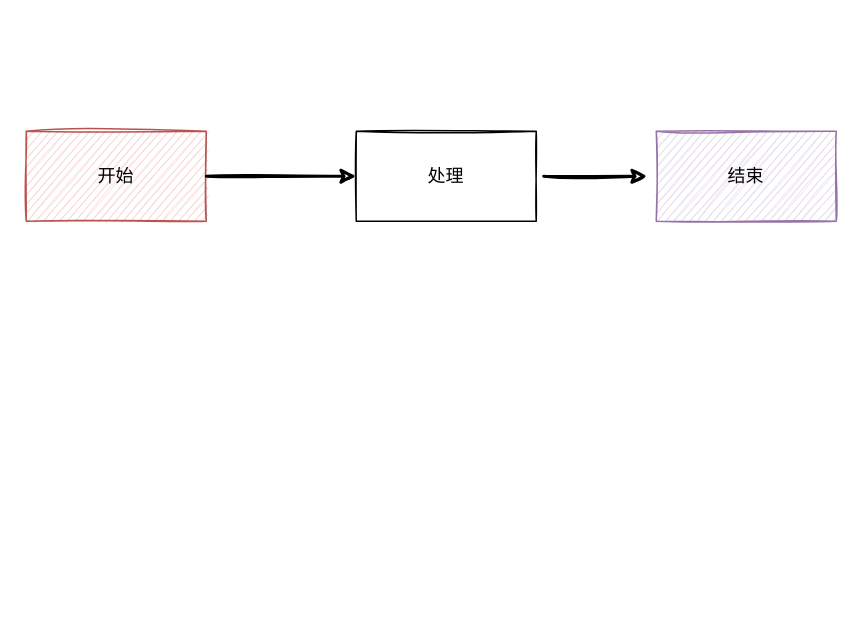
Before: docs/images/Untitled Diagram.drawio in chenjunlong/smart-im, a draw.io diagram. Source tidied: cells renumbered, new cells numbered last; positions are measured from the earlier drawing's top-left corner, leaving out a move shared by most shapes. Both pictures are drawn from the tidied source at 150%, with x=0, y=0 at pixel (26, 130).
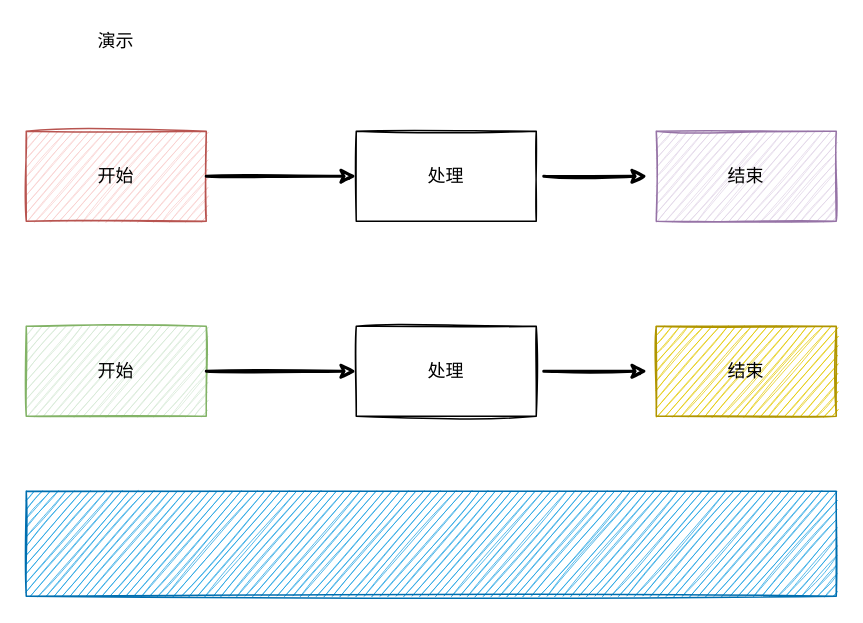
Above is the later version.

The edit, as a diff of the source:
```diff
@@
 <mxGraphModel>
   <root>
     <mxCell id="0" />
     <mxCell id="1" parent="0" />
-    <mxCell id="2" value="开始" style="rounded=0;whiteSpace=wrap;html=1;shadow=0;sketch=1;fillColor=#f8cecc;strokeColor=#b85450;" parent="1" vertex="1">
+    <mxCell id="2" value="开始" style="rounded=0;whiteSpace=wrap;html=1;shadow=0;sketch=1;fillColor=#f8cecc;strokeColor=#b85450;glass=0;fontFamily=Helvetica;labelBorderColor=none;" parent="1" vertex="1">
       <mxGeometry width="120" height="60" as="geometry" />
     </mxCell>
     <mxCell id="3" style="edgeStyle=orthogonalEdgeStyle;rounded=0;jettySize=auto;html=1;sketch=1;jumpSize=12;jumpStyle=none;targetPerimeterSpacing=5;sourcePerimeterSpacing=5;strokeWidth=2;" parent="1" edge="1" source="4" target="6">
       <mxGeometry relative="1" as="geometry" />
     </mxCell>
     <mxCell id="4" value="处理" style="rounded=0;whiteSpace=wrap;html=1;shadow=0;sketch=1;" parent="1" vertex="1">
       <mxGeometry x="220" width="120" height="60" as="geometry" />
     </mxCell>
     <mxCell id="5" style="endArrow=classic;html=1;sketch=1;strokeWidth=2;" parent="1" edge="1" source="2" target="4">
       <mxGeometry relative="1" as="geometry" />
     </mxCell>
     <mxCell id="6" value="结束" style="rounded=0;whiteSpace=wrap;html=1;fillColor=#e1d5e7;strokeColor=#9673a6;glass=0;shadow=0;sketch=1;strokeWidth=1;perimeterSpacing=1;" parent="1" vertex="1">
       <mxGeometry x="420" width="120" height="60" as="geometry" />
     </mxCell>
+    <mxCell id="7" value="开始" style="rounded=0;whiteSpace=wrap;html=1;shadow=0;sketch=1;fillColor=#d5e8d4;strokeColor=#82b366;" parent="1" vertex="1">
+      <mxGeometry y="130" width="120" height="60" as="geometry" />
+    </mxCell>
+    <mxCell id="8" style="edgeStyle=orthogonalEdgeStyle;rounded=0;jettySize=auto;html=1;sketch=1;jumpSize=12;jumpStyle=none;targetPerimeterSpacing=5;sourcePerimeterSpacing=5;strokeWidth=2;" parent="1" edge="1" source="9" target="11">
+      <mxGeometry relative="1" as="geometry" />
+    </mxCell>
+    <mxCell id="9" value="处理" style="rounded=0;whiteSpace=wrap;html=1;shadow=0;sketch=1;" parent="1" vertex="1">
+      <mxGeometry x="220" y="130" width="120" height="60" as="geometry" />
+    </mxCell>
+    <mxCell id="10" style="endArrow=classic;html=1;sketch=1;strokeWidth=2;" parent="1" edge="1" source="7" target="9">
+      <mxGeometry relative="1" as="geometry" />
+    </mxCell>
+    <mxCell id="11" value="结束" style="rounded=0;whiteSpace=wrap;html=1;fillColor=#e3c800;strokeColor=#B09500;glass=0;shadow=0;sketch=1;strokeWidth=1;perimeterSpacing=1;fontColor=#000000;" parent="1" vertex="1">
+      <mxGeometry x="420" y="130" width="120" height="60" as="geometry" />
+    </mxCell>
+    <mxCell id="12" style="rounded=0;whiteSpace=wrap;html=1;shadow=0;glass=0;sketch=1;strokeColor=#006EAF;strokeWidth=1;fillColor=#1ba1e2;fontColor=#ffffff;" parent="1" vertex="1">
+      <mxGeometry y="240" width="540" height="70" as="geometry" />
+    </mxCell>
+    <mxCell id="13" value="演示" style="text;html=1;strokeColor=none;fillColor=none;align=center;verticalAlign=middle;whiteSpace=wrap;rounded=0;shadow=0;glass=0;sketch=1;fontFamily=Helvetica;" parent="1" vertex="1">
+      <mxGeometry x="10" y="-70" width="100" height="20" as="geometry" />
+    </mxCell>
   </root>
 </mxGraphModel>
```
